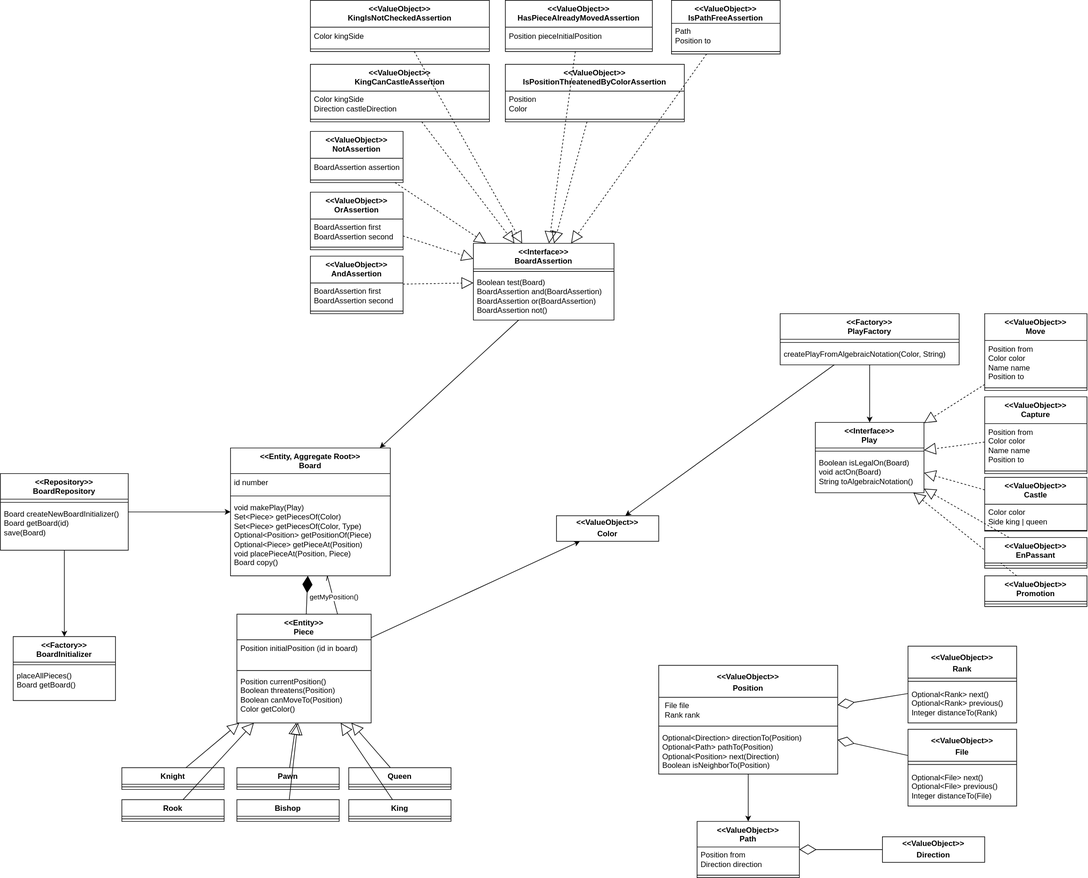
The draw.io diagram model.svg in santunioni/Chessboard, before a commit. Source tidied: cells renumbered, new cells last; positions are measured from the earlier drawing's top-left corner, leaving out a move shared by most shapes.
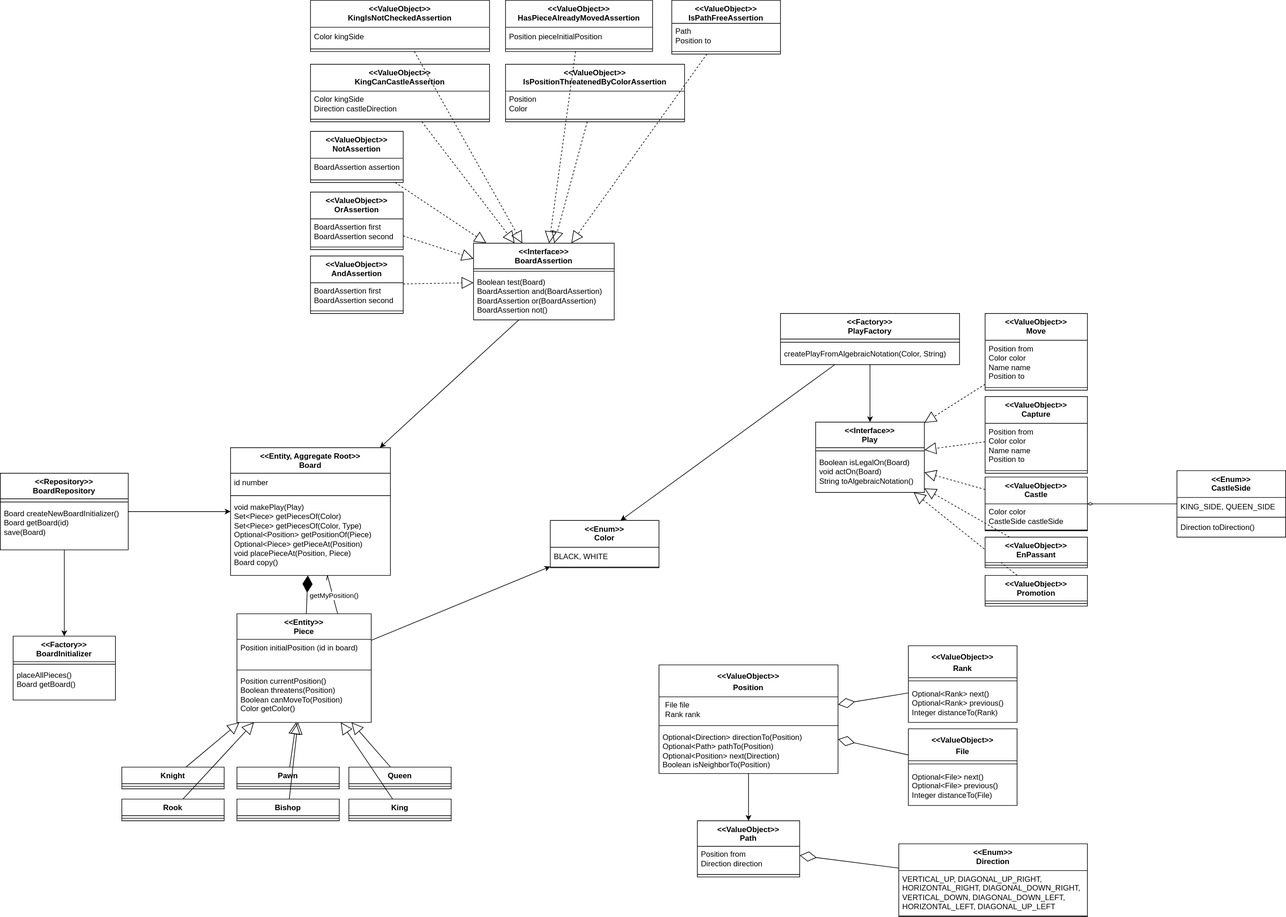
Above is the later version.

What changed in the source:
```diff
@@ -2,7 +2,7 @@
   <root>
     <mxCell id="0" />
     <mxCell id="1" parent="0" />
-    <mxCell id="2" style="rounded=0;jettySize=auto;html=1;" parent="1" edge="1" source="3" target="42">
+    <mxCell id="2" style="rounded=0;jettySize=auto;html=1;" parent="1" edge="1" source="3" target="126">
       <mxGeometry relative="1" as="geometry" />
     </mxCell>
     <mxCell id="3" value="&amp;lt;&amp;lt;Entity&amp;gt;&amp;gt;&lt;br&gt;Piece" style="swimlane;fontStyle=1;align=center;verticalAlign=top;horizontal=1;startSize=40;whiteSpace=wrap;html=1;" parent="1" vertex="1">
@@ -122,9 +122,6 @@
     <mxCell id="41" style="endArrow=block;endSize=16;endFill=0;html=1;rounded=0;dashed=1;" parent="1" edge="1" source="89" target="29">
       <mxGeometry relative="1" as="geometry" />
     </mxCell>
-    <mxCell id="42" value="&lt;p style=&quot;margin:0px;margin-top:4px;text-align:center;&quot;&gt;&lt;b&gt;&amp;lt;&amp;lt;ValueObject&amp;gt;&amp;gt;&lt;/b&gt;&lt;/p&gt;&lt;p style=&quot;margin:0px;margin-top:4px;text-align:center;&quot;&gt;&lt;b&gt;Color&lt;/b&gt;&lt;/p&gt;" style="verticalAlign=top;align=left;overflow=fill;fontSize=12;fontFamily=Helvetica;html=1;whiteSpace=wrap;" parent="1" vertex="1">
-      <mxGeometry x="870" y="806" width="160" height="40" as="geometry" />
-    </mxCell>
     <mxCell id="43" style="endArrow=diamondThin;endFill=1;endSize=24;html=1;rounded=0;" parent="1" edge="1" source="3" target="25">
       <mxGeometry relative="1" as="geometry" />
     </mxCell>
@@ -215,9 +212,6 @@
     <mxCell id="72" value="Optional&amp;lt;Direction&amp;gt; directionTo(Position)&lt;br&gt;Optional&amp;lt;Path&amp;gt; pathTo(Position)&lt;br&gt;Optional&amp;lt;Position&amp;gt; next(Direction)&lt;br&gt;Boolean isNeighborTo(Position)" style="text;html=1;align=left;verticalAlign=middle;strokeColor=none;fillColor=none;spacingLeft=4;" parent="69" vertex="1">
       <mxGeometry y="100" width="280" height="70" as="geometry" />
     </mxCell>
-    <mxCell id="73" value="&lt;p style=&quot;margin:0px;margin-top:4px;text-align:center;&quot;&gt;&lt;b&gt;&amp;lt;&amp;lt;ValueObject&amp;gt;&amp;gt;&lt;/b&gt;&lt;/p&gt;&lt;p style=&quot;margin:0px;margin-top:4px;text-align:center;&quot;&gt;&lt;b&gt;Direction&lt;/b&gt;&lt;/p&gt;" style="verticalAlign=top;align=left;overflow=fill;fontSize=12;fontFamily=Helvetica;html=1;whiteSpace=wrap;" parent="1" vertex="1">
-      <mxGeometry x="1380" y="1308" width="160" height="40" as="geometry" />
-    </mxCell>
     <mxCell id="74" style="rounded=0;jettySize=auto;html=1;" parent="1" edge="1" source="75" target="25">
       <mxGeometry relative="1" as="geometry" />
     </mxCell>
@@ -275,7 +269,7 @@
     <mxCell id="92" value="getMyPosition()" style="edgeLabel;html=1;align=center;verticalAlign=middle;" parent="91" vertex="1">
       <mxGeometry x="-0.06" y="-1" relative="1" as="geometry" />
     </mxCell>
-    <mxCell id="93" style="rounded=0;jettySize=auto;html=1;" parent="1" edge="1" source="94" target="42">
+    <mxCell id="93" style="rounded=0;jettySize=auto;html=1;entryX=0.647;entryY=0;entryDx=0;entryDy=0;entryPerimeter=0;" parent="1" edge="1" source="94" target="126">
       <mxGeometry relative="1" as="geometry" />
     </mxCell>
     <mxCell id="94" value="&amp;lt;&amp;lt;Factory&amp;gt;&amp;gt;&lt;br&gt;PlayFactory" style="swimlane;fontStyle=1;align=center;verticalAlign=top;horizontal=1;startSize=40;whiteSpace=wrap;html=1;" parent="1" vertex="1">
@@ -302,7 +296,7 @@
     <mxCell id="101" style="endArrow=diamondThin;endFill=0;endSize=24;html=1;rounded=0;" parent="1" edge="1" source="86" target="69">
       <mxGeometry relative="1" as="geometry" />
     </mxCell>
-    <mxCell id="102" style="endArrow=diamondThin;endFill=0;endSize=24;html=1;rounded=0;" parent="1" edge="1" source="73" target="59">
+    <mxCell id="102" style="endArrow=diamondThin;endFill=0;endSize=24;html=1;rounded=0;" parent="1" edge="1" source="129" target="59">
       <mxGeometry relative="1" as="geometry" />
     </mxCell>
     <mxCell id="103" value="&amp;lt;&amp;lt;ValueObject&amp;gt;&amp;gt;&lt;br style=&quot;border-color: var(--border-color);&quot;&gt;NotAssertion" style="swimlane;fontStyle=1;align=center;verticalAlign=top;horizontal=1;startSize=42;whiteSpace=wrap;html=1;" parent="1" vertex="1">
@@ -350,14 +344,47 @@
     <mxCell id="117" style="line;strokeWidth=1;fillColor=none;align=left;verticalAlign=middle;spacingTop=-1;spacingLeft=3;spacingRight=3;labelPosition=right;strokeColor=inherit;" parent="115" vertex="1">
       <mxGeometry y="112" width="160" height="8" as="geometry" />
     </mxCell>
+    <mxCell id="121" style="rounded=0;jettySize=auto;html=1;endArrow=none;endFill=0;startArrow=diamondThin;startFill=0;" parent="1" edge="1" source="118" target="122">
+      <mxGeometry relative="1" as="geometry" />
+    </mxCell>
     <mxCell id="118" value="&amp;lt;&amp;lt;ValueObject&amp;gt;&amp;gt;&lt;br&gt;Castle" style="swimlane;fontStyle=1;align=center;verticalAlign=top;horizontal=1;startSize=42;whiteSpace=wrap;html=1;" parent="1" vertex="1">
       <mxGeometry x="1540" y="746" width="160" height="84" as="geometry" />
     </mxCell>
-    <mxCell id="119" value="&lt;div style=&quot;&quot;&gt;&lt;span style=&quot;background-color: initial;&quot;&gt;Color color&lt;/span&gt;&lt;br&gt;&lt;/div&gt;&lt;div style=&quot;&quot;&gt;&lt;span style=&quot;background-color: initial;&quot;&gt;Side king | queen&lt;/span&gt;&lt;/div&gt;" style="text;html=1;align=left;verticalAlign=middle;strokeColor=none;fillColor=none;spacingLeft=4;" parent="118" vertex="1">
+    <mxCell id="119" value="&lt;div style=&quot;&quot;&gt;&lt;span style=&quot;background-color: initial;&quot;&gt;Color color&lt;/span&gt;&lt;br&gt;&lt;/div&gt;&lt;div style=&quot;&quot;&gt;CastleSide castleSide&lt;/div&gt;" style="text;html=1;align=left;verticalAlign=middle;strokeColor=none;fillColor=none;spacingLeft=4;" parent="118" vertex="1">
       <mxGeometry y="42" width="160" height="40" as="geometry" />
     </mxCell>
     <mxCell id="120" style="line;strokeWidth=1;fillColor=none;align=left;verticalAlign=middle;spacingTop=-1;spacingLeft=3;spacingRight=3;labelPosition=right;strokeColor=inherit;" parent="118" vertex="1">
       <mxGeometry y="82" width="160" height="2" as="geometry" />
     </mxCell>
+    <mxCell id="122" value="&amp;lt;&amp;lt;Enum&amp;gt;&amp;gt;&lt;br&gt;CastleSide" style="swimlane;fontStyle=1;align=center;verticalAlign=top;horizontal=1;startSize=42;whiteSpace=wrap;html=1;" parent="1" vertex="1">
+      <mxGeometry x="1840" y="736" width="170" height="104" as="geometry" />
+    </mxCell>
+    <mxCell id="123" value="&lt;div style=&quot;&quot;&gt;KING_SIDE, QUEEN_SIDE&lt;/div&gt;" style="text;html=1;align=left;verticalAlign=middle;strokeColor=none;fillColor=none;spacingLeft=4;" parent="122" vertex="1">
+      <mxGeometry y="42" width="170" height="30" as="geometry" />
+    </mxCell>
+    <mxCell id="124" style="line;strokeWidth=1;fillColor=none;align=left;verticalAlign=middle;spacingTop=-1;spacingLeft=3;spacingRight=3;labelPosition=right;strokeColor=inherit;" parent="122" vertex="1">
+      <mxGeometry y="72" width="170" height="2" as="geometry" />
+    </mxCell>
+    <mxCell id="125" value="Direction toDirection()" style="text;html=1;align=left;verticalAlign=middle;strokeColor=none;fillColor=none;spacingLeft=4;" parent="122" vertex="1">
+      <mxGeometry y="74" width="170" height="30" as="geometry" />
+    </mxCell>
+    <mxCell id="126" value="&amp;lt;&amp;lt;Enum&amp;gt;&amp;gt;&lt;br&gt;Color" style="swimlane;fontStyle=1;align=center;verticalAlign=top;horizontal=1;startSize=42;whiteSpace=wrap;html=1;" parent="1" vertex="1">
+      <mxGeometry x="860" y="814" width="170" height="74" as="geometry" />
+    </mxCell>
+    <mxCell id="127" value="&lt;div style=&quot;&quot;&gt;BLACK, WHITE&lt;/div&gt;" style="text;html=1;align=left;verticalAlign=middle;strokeColor=none;fillColor=none;spacingLeft=4;" parent="126" vertex="1">
+      <mxGeometry y="42" width="170" height="30" as="geometry" />
+    </mxCell>
+    <mxCell id="128" style="line;strokeWidth=1;fillColor=none;align=left;verticalAlign=middle;spacingTop=-1;spacingLeft=3;spacingRight=3;labelPosition=right;strokeColor=inherit;" parent="126" vertex="1">
+      <mxGeometry y="72" width="170" height="2" as="geometry" />
+    </mxCell>
+    <mxCell id="129" value="&amp;lt;&amp;lt;Enum&amp;gt;&amp;gt;&lt;br&gt;Direction" style="swimlane;fontStyle=1;align=center;verticalAlign=top;horizontal=1;startSize=42;whiteSpace=wrap;html=1;" parent="1" vertex="1">
+      <mxGeometry x="1405" y="1320" width="295" height="114" as="geometry" />
+    </mxCell>
+    <mxCell id="130" value="VERTICAL_UP, DIAGONAL_UP_RIGHT, &lt;br&gt;HORIZONTAL_RIGHT, DIAGONAL_DOWN_RIGHT, &lt;br&gt;VERTICAL_DOWN, DIAGONAL_DOWN_LEFT, &lt;br&gt;HORIZONTAL_LEFT, DIAGONAL_UP_LEFT" style="text;html=1;align=left;verticalAlign=middle;strokeColor=none;fillColor=none;spacingLeft=4;" parent="129" vertex="1">
+      <mxGeometry y="42" width="295" height="70" as="geometry" />
+    </mxCell>
+    <mxCell id="131" style="line;strokeWidth=1;fillColor=none;align=left;verticalAlign=middle;spacingTop=-1;spacingLeft=3;spacingRight=3;labelPosition=right;strokeColor=inherit;" parent="129" vertex="1">
+      <mxGeometry y="112" width="295" height="2" as="geometry" />
+    </mxCell>
   </root>
 </mxGraphModel>
```
